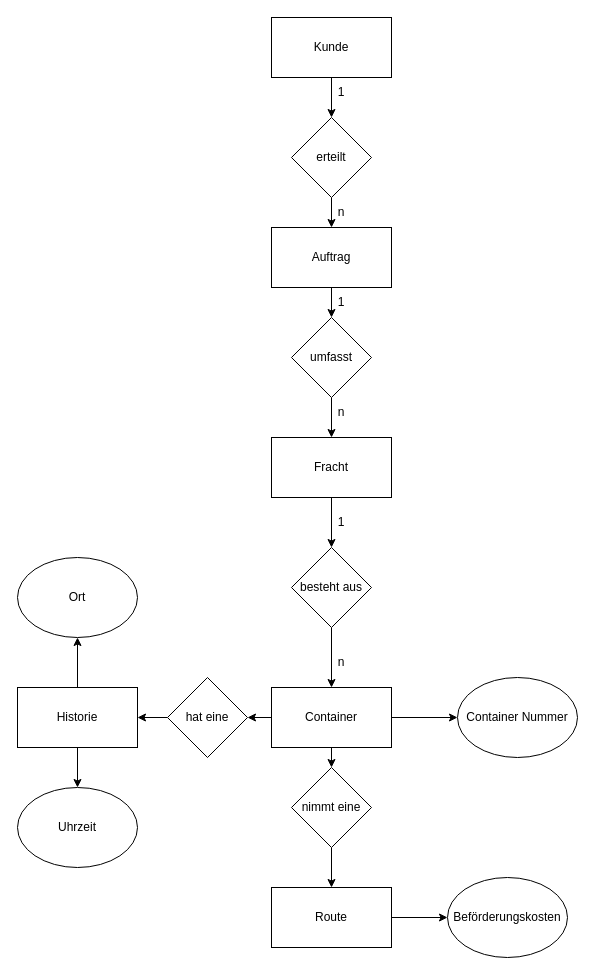
This is ÜbungD.drawio from panchord/Draw.io, a draw.io file, before an edit. Source tidied: cells renumbered, new cells numbered last; positions are measured from the earlier drawing's top-left corner, leaving out a move shared by most shapes. Both pictures are drawn from the tidied source at 100%, with x=0, y=0 at pixel (17, 17).
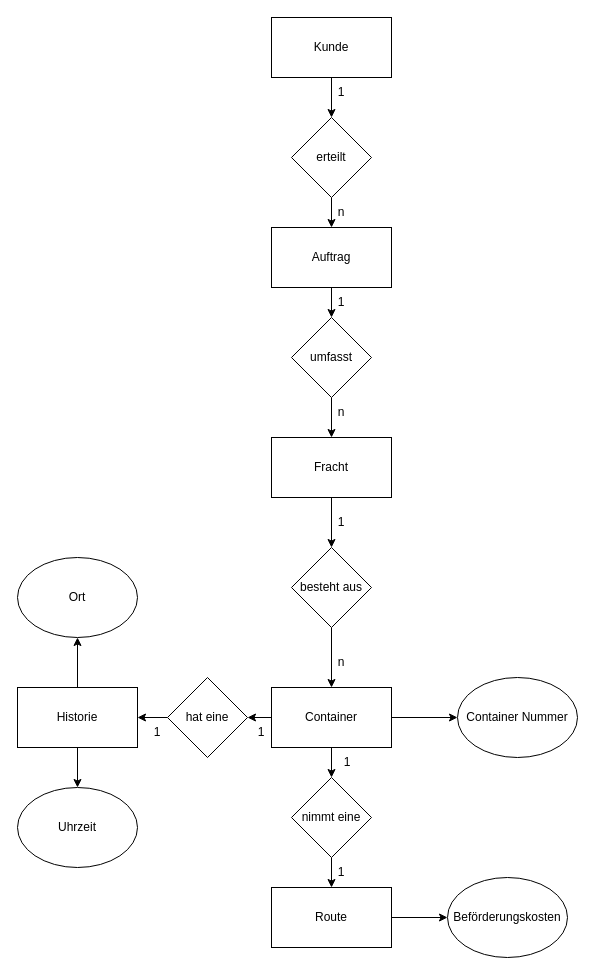
Above is the later version.

The edit, as a diff of the source:
```diff
@@
     <mxCell id="35" value="nimmt eine" style="rhombus;whiteSpace=wrap;html=1;" parent="1" vertex="1">
-      <mxGeometry x="274" y="750" width="80" height="80" as="geometry" />
+      <mxGeometry x="274" y="760" width="80" height="80" as="geometry" />
     </mxCell>
@@
+    <mxCell id="37" value="1" style="text;html=1;align=center;verticalAlign=middle;whiteSpace=wrap;rounded=0;" parent="1" vertex="1">
+      <mxGeometry x="214" y="700" width="60" height="30" as="geometry" />
+    </mxCell>
+    <mxCell id="38" value="1" style="text;html=1;align=center;verticalAlign=middle;whiteSpace=wrap;rounded=0;" parent="1" vertex="1">
+      <mxGeometry x="110" y="700" width="60" height="30" as="geometry" />
+    </mxCell>
+    <mxCell id="39" value="1" style="text;html=1;align=center;verticalAlign=middle;whiteSpace=wrap;rounded=0;" parent="1" vertex="1">
+      <mxGeometry x="300" y="730" width="60" height="30" as="geometry" />
+    </mxCell>
+    <mxCell id="40" value="1" style="text;html=1;align=center;verticalAlign=middle;whiteSpace=wrap;rounded=0;" parent="1" vertex="1">
+      <mxGeometry x="294" y="840" width="60" height="30" as="geometry" />
+    </mxCell>
```
